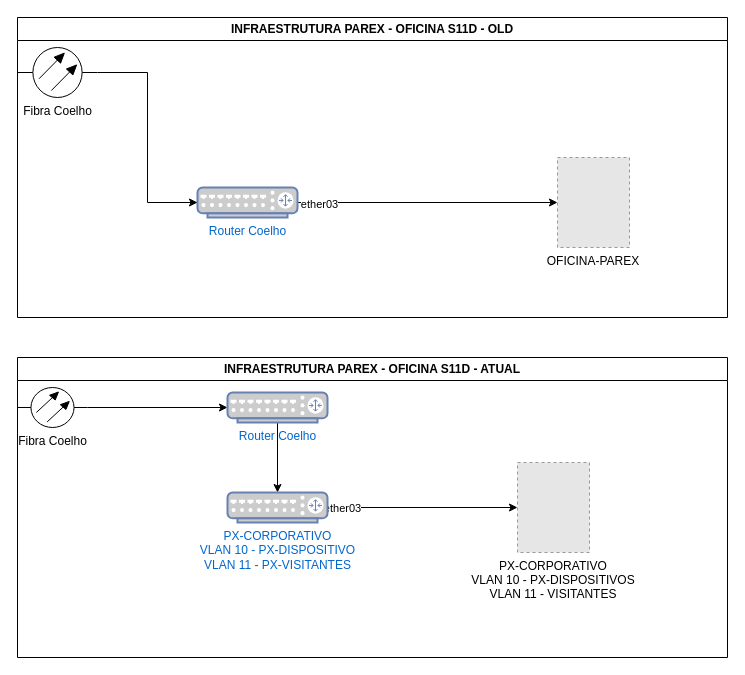
jcnRodrigues/ParexEngenharia keeps this draw.io diagram as 5 - Oficina S11D/Diagrama Obra Oficina S11D - Parex.drawio. Above is the earlier version. Source tidied: cells renumbered, new cells numbered last; positions are measured from the earlier drawing's top-left corner, leaving out a move shared by most shapes. Both pictures are drawn from the tidied source at 100%, with x=0, y=0 at pixel (17, 17). Pictures stored in the file or linked from it are replaced by grey dashed boxes.
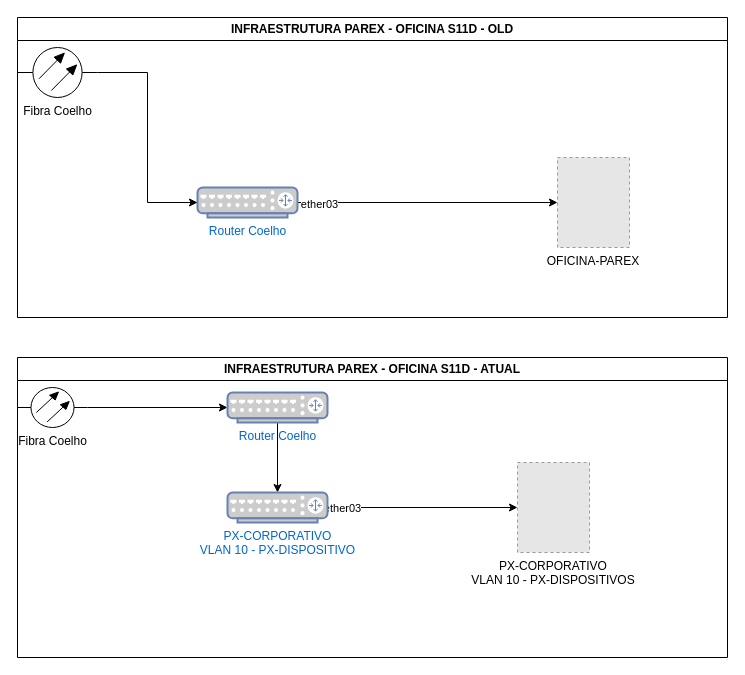
The same page after the edit.

Change to the diagram source:
```diff
@@
 <mxGraphModel>
   <root>
     <mxCell id="0" />
     <mxCell id="1" parent="0" />
     <mxCell id="2" style="edgeStyle=orthogonalEdgeStyle;rounded=0;jettySize=auto;html=1;entryX=0;entryY=0.5;entryDx=0;entryDy=0;" parent="1" edge="1" source="4" target="6">
       <mxGeometry relative="1" as="geometry" />
     </mxCell>
     <mxCell id="3" value="ether03" style="edgeLabel;html=1;align=center;verticalAlign=middle;" parent="2" vertex="1">
       <mxGeometry x="-0.84" y="-1" relative="1" as="geometry" />
     </mxCell>
     <mxCell id="4" value="Router Coelho" style="fontColor=#0066CC;verticalAlign=top;verticalLabelPosition=bottom;labelPosition=center;align=center;html=1;outlineConnect=0;fillColor=#CCCCCC;strokeColor=#6881B3;gradientColor=none;gradientDirection=north;strokeWidth=2;shape=mxgraph.networks.router;" parent="1" vertex="1">
       <mxGeometry x="180" y="170" width="100" height="30" as="geometry" />
     </mxCell>
     <mxCell id="5" style="edgeStyle=orthogonalEdgeStyle;rounded=0;jettySize=auto;html=1;entryX=0;entryY=0.5;entryDx=0;entryDy=0;entryPerimeter=0;" parent="1" edge="1" source="8" target="4">
       <mxGeometry relative="1" as="geometry" />
     </mxCell>
     <mxCell id="6" value="OFICINA-PAREX" style="fillColor=#E6E6E6;strokeColor=#999999;dashed=1;verticalLabelPosition=bottom;verticalAlign=top;" parent="1" vertex="1">
       <mxGeometry x="540" y="140" width="72" height="90" as="geometry" />
     </mxCell>
     <mxCell id="7" value="INFRAESTRUTURA PAREX - OFICINA S11D - OLD" style="swimlane;whiteSpace=wrap;html=1;" parent="1" vertex="1">
       <mxGeometry width="710" height="300" as="geometry" />
     </mxCell>
     <mxCell id="8" value="Fibra Coelho" style="verticalLabelPosition=bottom;shadow=0;dashed=0;align=center;html=1;verticalAlign=top;shape=mxgraph.electrical.transmission.optical_fiber2;rotation=0;" parent="7" vertex="1">
       <mxGeometry y="30" width="80" height="50" as="geometry" />
     </mxCell>
     <mxCell id="9" value="INFRAESTRUTURA PAREX - OFICINA S11D - ATUAL" style="swimlane;whiteSpace=wrap;html=1;" parent="1" vertex="1">
       <mxGeometry y="340" width="710" height="300" as="geometry" />
     </mxCell>
     <mxCell id="10" style="edgeStyle=orthogonalEdgeStyle;rounded=0;jettySize=auto;html=1;" parent="9" edge="1" source="11" target="13">
       <mxGeometry relative="1" as="geometry" />
     </mxCell>
     <mxCell id="11" value="Fibra Coelho" style="verticalLabelPosition=bottom;shadow=0;dashed=0;align=center;html=1;verticalAlign=top;shape=mxgraph.electrical.transmission.optical_fiber2;rotation=0;" parent="9" vertex="1">
       <mxGeometry y="30" width="70" height="40" as="geometry" />
     </mxCell>
     <mxCell id="12" style="edgeStyle=orthogonalEdgeStyle;rounded=0;jettySize=auto;html=1;entryX=0.5;entryY=0;entryDx=0;entryDy=0;entryPerimeter=0;" parent="9" edge="1" source="13" target="17">
       <mxGeometry relative="1" as="geometry" />
     </mxCell>
     <mxCell id="13" value="Router Coelho" style="fontColor=#0066CC;verticalAlign=top;verticalLabelPosition=bottom;labelPosition=center;align=center;html=1;outlineConnect=0;fillColor=#CCCCCC;strokeColor=#6881B3;gradientColor=none;gradientDirection=north;strokeWidth=2;shape=mxgraph.networks.router;" parent="9" vertex="1">
       <mxGeometry x="210" y="35" width="100" height="30" as="geometry" />
     </mxCell>
-    <mxCell id="14" value="PX-CORPORATIVO&#10;VLAN 10 - PX-DISPOSITIVOS&#10;VLAN 11 - VISITANTES" style="fillColor=#E6E6E6;strokeColor=#999999;dashed=1;verticalLabelPosition=bottom;verticalAlign=top;" parent="9" vertex="1">
+    <mxCell id="14" value="PX-CORPORATIVO&#10;VLAN 10 - PX-DISPOSITIVOS" style="fillColor=#E6E6E6;strokeColor=#999999;dashed=1;verticalLabelPosition=bottom;verticalAlign=top;" parent="9" vertex="1">
       <mxGeometry x="500" y="105" width="72" height="90" as="geometry" />
     </mxCell>
     <mxCell id="15" style="edgeStyle=orthogonalEdgeStyle;rounded=0;jettySize=auto;html=1;entryX=0;entryY=0.5;entryDx=0;entryDy=0;" parent="9" edge="1" source="17" target="14">
       <mxGeometry relative="1" as="geometry" />
     </mxCell>
     <mxCell id="16" value="ether03" style="edgeLabel;html=1;align=center;verticalAlign=middle;" parent="15" vertex="1">
       <mxGeometry x="-0.85" relative="1" as="geometry" />
     </mxCell>
-    <mxCell id="17" value="PX-CORPORATIVO&lt;div&gt;VLAN 10 - PX-DISPOSITIVO&lt;/div&gt;&lt;div&gt;VLAN 11 - PX-VISITANTES&lt;/div&gt;" style="fontColor=#0066CC;verticalAlign=top;verticalLabelPosition=bottom;labelPosition=center;align=center;html=1;outlineConnect=0;fillColor=#CCCCCC;strokeColor=#6881B3;gradientColor=none;gradientDirection=north;strokeWidth=2;shape=mxgraph.networks.router;" parent="9" vertex="1">
+    <mxCell id="17" value="PX-CORPORATIVO&lt;div&gt;VLAN 10 - PX-DISPOSITIVO&lt;/div&gt;" style="fontColor=#0066CC;verticalAlign=top;verticalLabelPosition=bottom;labelPosition=center;align=center;html=1;outlineConnect=0;fillColor=#CCCCCC;strokeColor=#6881B3;gradientColor=none;gradientDirection=north;strokeWidth=2;shape=mxgraph.networks.router;" parent="9" vertex="1">
       <mxGeometry x="210" y="135" width="100" height="30" as="geometry" />
     </mxCell>
   </root>
 </mxGraphModel>
```
